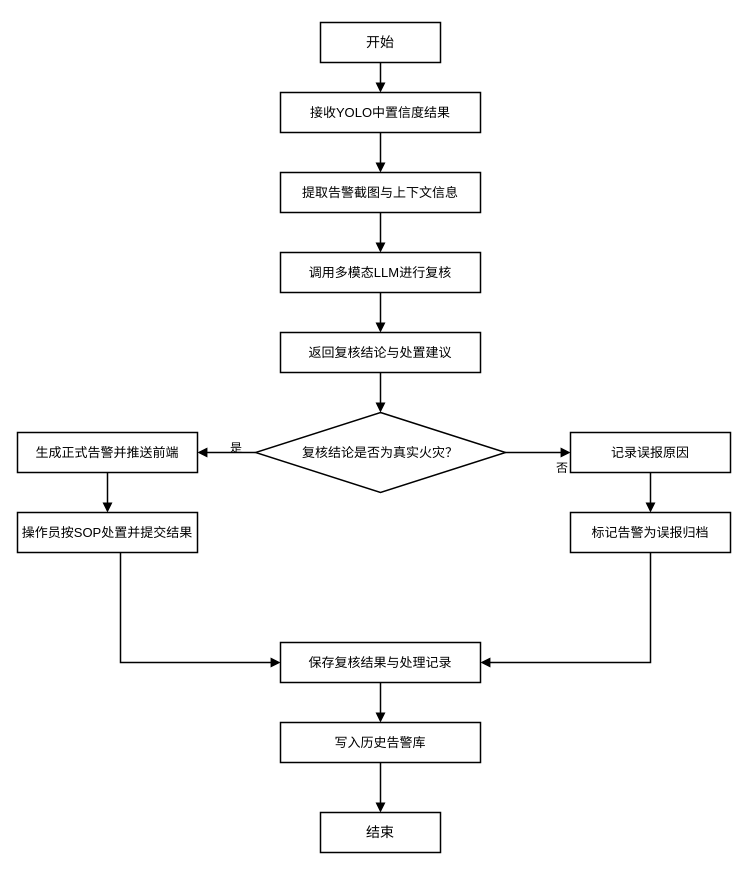
Before: docs/PaperImages/4LLM复核与告警处置流程图.drawio in Dean-op/forest_fire, a draw.io diagram. Source tidied: cells renumbered, new cells numbered last; positions are measured from the earlier drawing's top-left corner, leaving out a move shared by most shapes. Both pictures are drawn from the tidied source at 100%, with x=0, y=0 at pixel (17, 22).
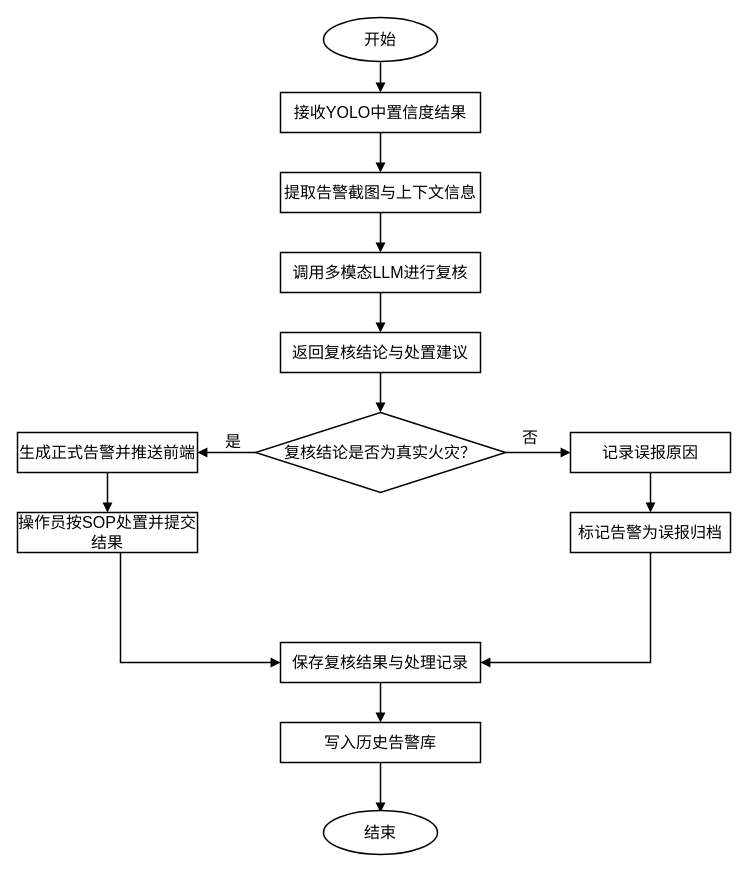
The same page after the edit.

The edit, as a diff of the source:
```diff
@@
-    <mxCell id="2" value="开始" style="rounded=0;whiteSpace=wrap;html=1;strokeWidth=1.5;fontSize=14;labelBackgroundColor=none;" parent="1" vertex="1">
-      <mxGeometry x="303" width="120" height="40" as="geometry" />
-    </mxCell>
-    <mxCell id="3" value="接收YOLO中置信度结果" style="rounded=0;whiteSpace=wrap;html=1;strokeWidth=1.5;fontSize=13;labelBackgroundColor=none;" parent="1" vertex="1">
+    <mxCell id="3" value="接收YOLO中置信度结果" style="rounded=0;whiteSpace=wrap;html=1;strokeWidth=1.5;fontSize=16;labelBackgroundColor=none;" parent="1" vertex="1">
       <mxGeometry x="263" y="70" width="200" height="40" as="geometry" />
     </mxCell>
-    <mxCell id="4" value="提取告警截图与上下文信息" style="rounded=0;whiteSpace=wrap;html=1;strokeWidth=1.5;fontSize=13;labelBackgroundColor=none;" parent="1" vertex="1">
+    <mxCell id="4" value="提取告警截图与上下文信息" style="rounded=0;whiteSpace=wrap;html=1;strokeWidth=1.5;fontSize=16;labelBackgroundColor=none;" parent="1" vertex="1">
       <mxGeometry x="263" y="150" width="200" height="40" as="geometry" />
     </mxCell>
-    <mxCell id="5" value="调用多模态LLM进行复核" style="rounded=0;whiteSpace=wrap;html=1;strokeWidth=1.5;fontSize=13;labelBackgroundColor=none;" parent="1" vertex="1">
+    <mxCell id="5" value="调用多模态LLM进行复核" style="rounded=0;whiteSpace=wrap;html=1;strokeWidth=1.5;fontSize=16;labelBackgroundColor=none;" parent="1" vertex="1">
       <mxGeometry x="263" y="230" width="200" height="40" as="geometry" />
     </mxCell>
-    <mxCell id="6" value="返回复核结论与处置建议" style="rounded=0;whiteSpace=wrap;html=1;strokeWidth=1.5;fontSize=13;labelBackgroundColor=none;" parent="1" vertex="1">
+    <mxCell id="6" value="返回复核结论与处置建议" style="rounded=0;whiteSpace=wrap;html=1;strokeWidth=1.5;fontSize=16;labelBackgroundColor=none;" parent="1" vertex="1">
       <mxGeometry x="263" y="310" width="200" height="40" as="geometry" />
     </mxCell>
-    <mxCell id="7" value="复核结论是否为真实火灾？" style="rhombus;whiteSpace=wrap;html=1;strokeWidth=1.5;fontSize=13;labelBackgroundColor=none;" parent="1" vertex="1">
+    <mxCell id="7" value="复核结论是否为真实火灾？" style="rhombus;whiteSpace=wrap;html=1;strokeWidth=1.5;fontSize=16;labelBackgroundColor=none;" parent="1" vertex="1">
       <mxGeometry x="238" y="390" width="250" height="80" as="geometry" />
     </mxCell>
-    <mxCell id="8" value="生成正式告警并推送前端" style="rounded=0;whiteSpace=wrap;html=1;strokeWidth=1.5;fontSize=13;labelBackgroundColor=none;" parent="1" vertex="1">
+    <mxCell id="8" value="生成正式告警并推送前端" style="rounded=0;whiteSpace=wrap;html=1;strokeWidth=1.5;fontSize=16;labelBackgroundColor=none;" parent="1" vertex="1">
       <mxGeometry y="410" width="180" height="40" as="geometry" />
     </mxCell>
-    <mxCell id="9" value="操作员按SOP处置并提交结果" style="rounded=0;whiteSpace=wrap;html=1;strokeWidth=1.5;fontSize=13;labelBackgroundColor=none;" parent="1" vertex="1">
+    <mxCell id="9" value="操作员按SOP处置并提交结果" style="rounded=0;whiteSpace=wrap;html=1;strokeWidth=1.5;fontSize=16;labelBackgroundColor=none;" parent="1" vertex="1">
       <mxGeometry y="490" width="180" height="40" as="geometry" />
     </mxCell>
-    <mxCell id="10" value="记录误报原因" style="rounded=0;whiteSpace=wrap;html=1;strokeWidth=1.5;fontSize=13;labelBackgroundColor=none;" parent="1" vertex="1">
+    <mxCell id="10" value="记录误报原因" style="rounded=0;whiteSpace=wrap;html=1;strokeWidth=1.5;fontSize=16;labelBackgroundColor=none;" parent="1" vertex="1">
       <mxGeometry x="553" y="410" width="160" height="40" as="geometry" />
     </mxCell>
-    <mxCell id="11" value="标记告警为误报归档" style="rounded=0;whiteSpace=wrap;html=1;strokeWidth=1.5;fontSize=13;labelBackgroundColor=none;" parent="1" vertex="1">
+    <mxCell id="11" value="标记告警为误报归档" style="rounded=0;whiteSpace=wrap;html=1;strokeWidth=1.5;fontSize=16;labelBackgroundColor=none;" parent="1" vertex="1">
       <mxGeometry x="553" y="490" width="160" height="40" as="geometry" />
     </mxCell>
-    <mxCell id="12" value="保存复核结果与处理记录" style="rounded=0;whiteSpace=wrap;html=1;strokeWidth=1.5;fontSize=13;labelBackgroundColor=none;" parent="1" vertex="1">
+    <mxCell id="12" value="保存复核结果与处理记录" style="rounded=0;whiteSpace=wrap;html=1;strokeWidth=1.5;fontSize=16;labelBackgroundColor=none;" parent="1" vertex="1">
       <mxGeometry x="263" y="620" width="200" height="40" as="geometry" />
     </mxCell>
-    <mxCell id="13" value="写入历史告警库" style="rounded=0;whiteSpace=wrap;html=1;strokeWidth=1.5;fontSize=13;labelBackgroundColor=none;" parent="1" vertex="1">
+    <mxCell id="13" value="写入历史告警库" style="rounded=0;whiteSpace=wrap;html=1;strokeWidth=1.5;fontSize=16;labelBackgroundColor=none;" parent="1" vertex="1">
       <mxGeometry x="263" y="700" width="200" height="40" as="geometry" />
     </mxCell>
-    <mxCell id="14" value="结束" style="rounded=0;whiteSpace=wrap;html=1;strokeWidth=1.5;fontSize=14;labelBackgroundColor=none;" parent="1" vertex="1">
-      <mxGeometry x="303" y="790" width="120" height="40" as="geometry" />
-    </mxCell>
-    <mxCell id="15" style="endArrow=block;endFill=1;html=1;strokeWidth=1.5;labelBackgroundColor=none;" parent="1" edge="1" source="2" target="3">
-      <mxGeometry relative="1" as="geometry" />
+    <mxCell id="15" style="endArrow=block;endFill=1;html=1;strokeWidth=1.5;labelBackgroundColor=none;fontSize=16;" parent="1" edge="1" target="3">
+      <mxGeometry relative="1" as="geometry">
+        <mxPoint x="363" y="40" as="sourcePoint" />
+      </mxGeometry>
     </mxCell>
-    <mxCell id="16" style="endArrow=block;endFill=1;html=1;strokeWidth=1.5;labelBackgroundColor=none;" parent="1" edge="1" source="3" target="4">
+    <mxCell id="16" style="endArrow=block;endFill=1;html=1;strokeWidth=1.5;labelBackgroundColor=none;fontSize=16;" parent="1" edge="1" source="3" target="4">
       <mxGeometry relative="1" as="geometry" />
     </mxCell>
-    <mxCell id="17" style="endArrow=block;endFill=1;html=1;strokeWidth=1.5;labelBackgroundColor=none;" parent="1" edge="1" source="4" target="5">
+    <mxCell id="17" style="endArrow=block;endFill=1;html=1;strokeWidth=1.5;labelBackgroundColor=none;fontSize=16;" parent="1" edge="1" source="4" target="5">
       <mxGeometry relative="1" as="geometry" />
     </mxCell>
-    <mxCell id="18" style="endArrow=block;endFill=1;html=1;strokeWidth=1.5;labelBackgroundColor=none;" parent="1" edge="1" source="5" target="6">
+    <mxCell id="18" style="endArrow=block;endFill=1;html=1;strokeWidth=1.5;labelBackgroundColor=none;fontSize=16;" parent="1" edge="1" source="5" target="6">
       <mxGeometry relative="1" as="geometry" />
     </mxCell>
-    <mxCell id="19" style="endArrow=block;endFill=1;html=1;strokeWidth=1.5;labelBackgroundColor=none;" parent="1" edge="1" source="6" target="7">
+    <mxCell id="19" style="endArrow=block;endFill=1;html=1;strokeWidth=1.5;labelBackgroundColor=none;fontSize=16;" parent="1" edge="1" source="6" target="7">
       <mxGeometry relative="1" as="geometry" />
     </mxCell>
-    <mxCell id="20" style="endArrow=block;endFill=1;html=1;strokeWidth=1.5;edgeStyle=orthogonalEdgeStyle;rounded=0;labelBackgroundColor=none;" parent="1" edge="1" source="7" target="8">
+    <mxCell id="20" style="endArrow=block;endFill=1;html=1;strokeWidth=1.5;edgeStyle=orthogonalEdgeStyle;rounded=0;labelBackgroundColor=none;fontSize=16;" parent="1" edge="1" source="7" target="8">
       <mxGeometry relative="1" as="geometry" />
     </mxCell>
-    <mxCell id="21" value="是" style="edgeLabel;html=1;fontSize=12;labelBackgroundColor=none;" parent="20" vertex="1">
+    <mxCell id="21" value="是" style="edgeLabel;html=1;fontSize=16;labelBackgroundColor=none;" parent="20" vertex="1">
       <mxGeometry x="-0.35" y="-10" relative="1" as="geometry">
-        <mxPoint x="-8" y="-8" as="offset" />
+        <mxPoint x="-13" y="-17" as="offset" />
       </mxGeometry>
     </mxCell>
-    <mxCell id="22" style="endArrow=block;endFill=1;html=1;strokeWidth=1.5;edgeStyle=orthogonalEdgeStyle;rounded=0;labelBackgroundColor=none;" parent="1" edge="1" source="7" target="10">
+    <mxCell id="22" style="endArrow=block;endFill=1;html=1;strokeWidth=1.5;edgeStyle=orthogonalEdgeStyle;rounded=0;labelBackgroundColor=none;fontSize=16;" parent="1" edge="1" source="7" target="10">
       <mxGeometry relative="1" as="geometry" />
     </mxCell>
-    <mxCell id="23" value="否" style="edgeLabel;html=1;fontSize=12;labelBackgroundColor=none;" parent="22" vertex="1">
+    <mxCell id="23" value="否" style="edgeLabel;html=1;fontSize=16;labelBackgroundColor=none;" parent="22" vertex="1">
       <mxGeometry x="0.25" y="-10" relative="1" as="geometry">
-        <mxPoint x="8" y="-8" as="offset" />
+        <mxPoint x="-26" y="-41" as="offset" />
       </mxGeometry>
     </mxCell>
-    <mxCell id="24" style="endArrow=block;endFill=1;html=1;strokeWidth=1.5;labelBackgroundColor=none;" parent="1" edge="1" source="8" target="9">
+    <mxCell id="24" style="endArrow=block;endFill=1;html=1;strokeWidth=1.5;labelBackgroundColor=none;fontSize=16;" parent="1" edge="1" source="8" target="9">
       <mxGeometry relative="1" as="geometry" />
     </mxCell>
-    <mxCell id="25" style="endArrow=block;endFill=1;html=1;strokeWidth=1.5;labelBackgroundColor=none;" parent="1" edge="1" source="10" target="11">
+    <mxCell id="25" style="endArrow=block;endFill=1;html=1;strokeWidth=1.5;labelBackgroundColor=none;fontSize=16;" parent="1" edge="1" source="10" target="11">
       <mxGeometry relative="1" as="geometry" />
     </mxCell>
-    <mxCell id="26" style="endArrow=block;endFill=1;html=1;strokeWidth=1.5;edgeStyle=orthogonalEdgeStyle;rounded=0;labelBackgroundColor=none;" parent="1" edge="1" source="9" target="12">
+    <mxCell id="26" style="endArrow=block;endFill=1;html=1;strokeWidth=1.5;edgeStyle=orthogonalEdgeStyle;rounded=0;labelBackgroundColor=none;fontSize=16;" parent="1" edge="1" source="9" target="12">
       <mxGeometry relative="1" as="geometry">
         <Array as="points">
           <mxPoint x="103" y="640" />
         </Array>
       </mxGeometry>
     </mxCell>
-    <mxCell id="27" style="endArrow=block;endFill=1;html=1;strokeWidth=1.5;edgeStyle=orthogonalEdgeStyle;rounded=0;labelBackgroundColor=none;" parent="1" edge="1" source="11" target="12">
+    <mxCell id="27" style="endArrow=block;endFill=1;html=1;strokeWidth=1.5;edgeStyle=orthogonalEdgeStyle;rounded=0;labelBackgroundColor=none;fontSize=16;" parent="1" edge="1" source="11" target="12">
       <mxGeometry relative="1" as="geometry">
         <Array as="points">
           <mxPoint x="633" y="640" />
         </Array>
       </mxGeometry>
     </mxCell>
-    <mxCell id="28" style="endArrow=block;endFill=1;html=1;strokeWidth=1.5;labelBackgroundColor=none;" parent="1" edge="1" source="12" target="13">
+    <mxCell id="28" style="endArrow=block;endFill=1;html=1;strokeWidth=1.5;labelBackgroundColor=none;fontSize=16;" parent="1" edge="1" source="12" target="13">
       <mxGeometry relative="1" as="geometry" />
     </mxCell>
-    <mxCell id="29" style="endArrow=block;endFill=1;html=1;strokeWidth=1.5;labelBackgroundColor=none;" parent="1" edge="1" source="13" target="14">
-      <mxGeometry relative="1" as="geometry" />
+    <mxCell id="29" style="endArrow=block;endFill=1;html=1;strokeWidth=1.5;labelBackgroundColor=none;fontSize=16;" parent="1" edge="1" source="13">
+      <mxGeometry relative="1" as="geometry">
+        <mxPoint x="363" y="790" as="targetPoint" />
+      </mxGeometry>
     </mxCell>
+    <mxCell id="2" value="开始" style="ellipse;whiteSpace=wrap;html=1;fontSize=16;strokeWidth=1.5;" parent="1" vertex="1">
+      <mxGeometry x="306" y="-5" width="114" height="44" as="geometry" />
+    </mxCell>
+    <mxCell id="14" value="结束" style="ellipse;whiteSpace=wrap;html=1;fontSize=16;strokeWidth=1.5;" parent="1" vertex="1">
+      <mxGeometry x="306" y="788" width="114" height="44" as="geometry" />
+    </mxCell>
```
